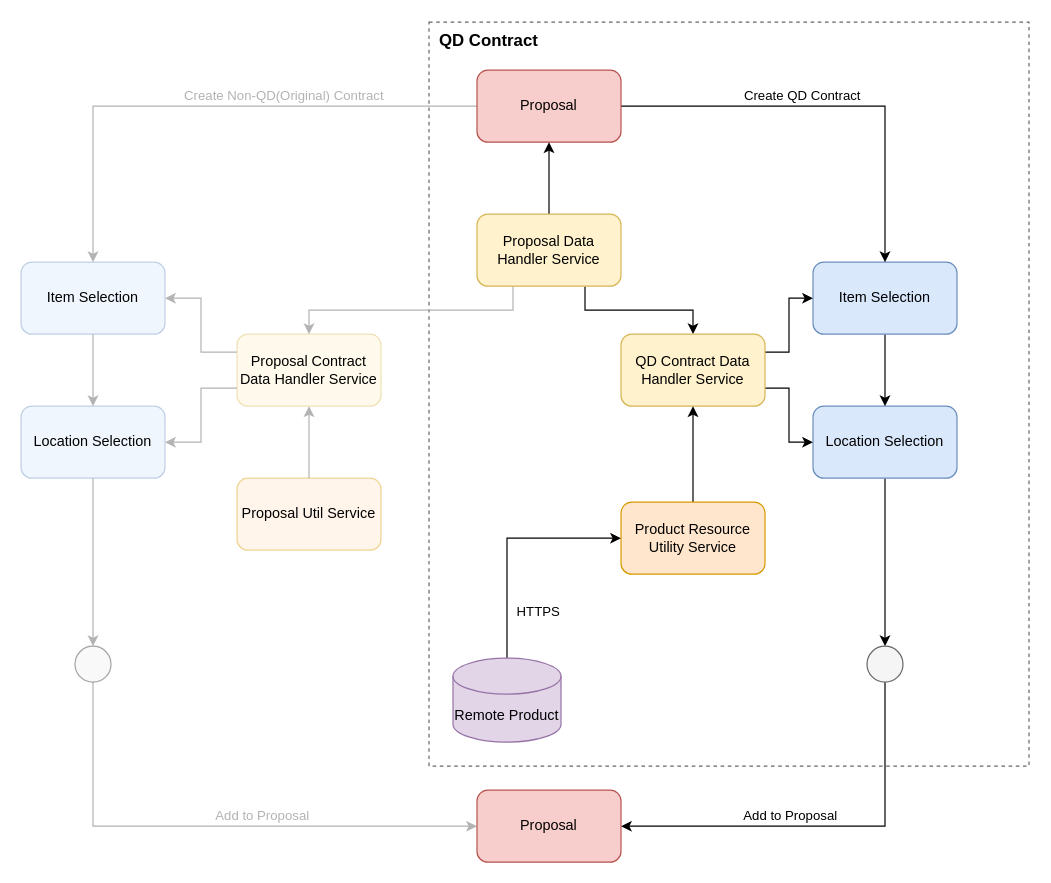
The draw.io diagram UI - QD contract class diagram.drawio in dajin-kingland/UMLdiagrams, before the edit. Source tidied: cells renumbered, new cells numbered last; positions are measured from the earlier drawing's top-left corner, leaving out a move shared by most shapes. Both pictures are drawn from the tidied source at 120%, with x=0, y=0 at pixel (20, 22).
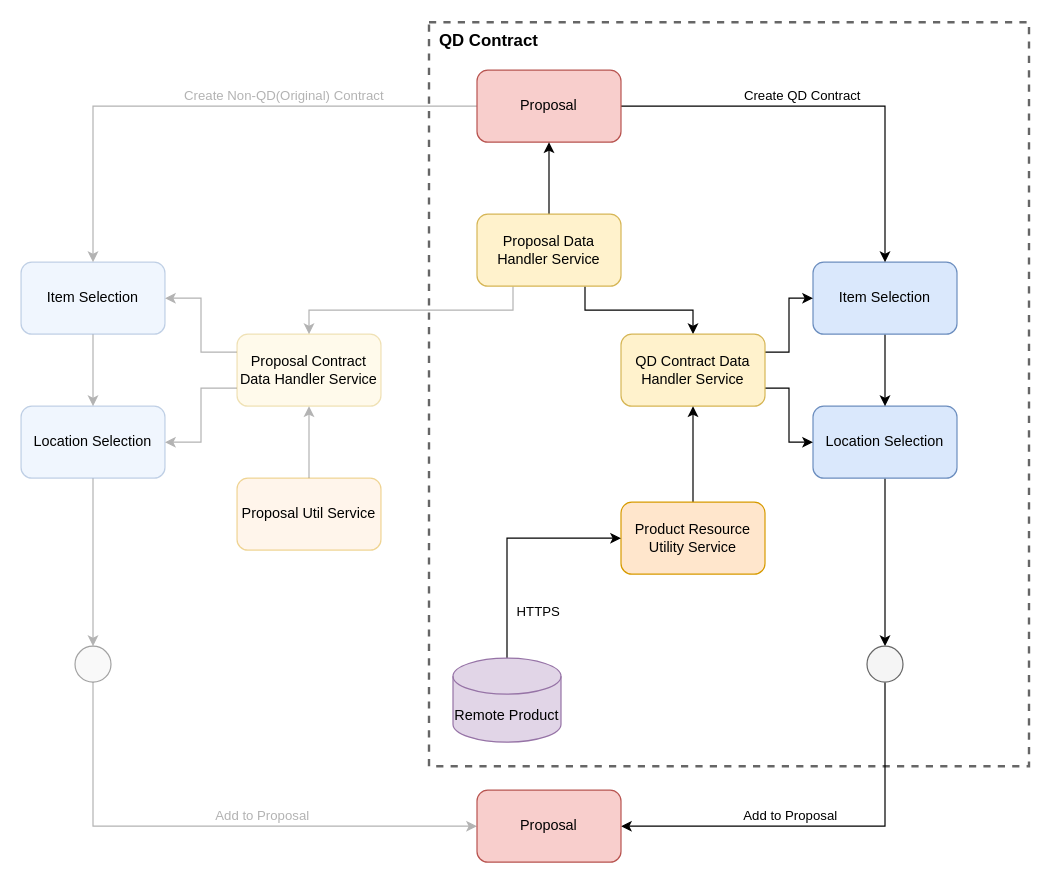
The same diagram, later.

What changed in the source:
```diff
@@
-    <mxCell id="2" style="rounded=0;whiteSpace=wrap;html=1;strokeColor=#666666;strokeWidth=1;fontColor=#333333;fillColor=none;dashed=1;" parent="1" vertex="1">
+    <mxCell id="2" style="rounded=0;whiteSpace=wrap;html=1;strokeColor=#666666;strokeWidth=2;fontColor=#333333;fillColor=none;dashed=1;" parent="1" vertex="1">
       <mxGeometry x="340" width="500" height="620" as="geometry" />
     </mxCell>
```
